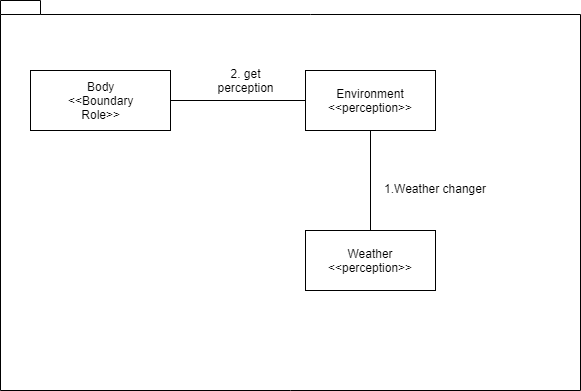
This is diagram/IA51_class-Organzi2_Env.png from Czq96/IA51_Crowd_Simulation, a draw.io export, as it was before one commit. Source tidied: cells renumbered, new cells last; positions are measured from the earlier drawing's top-left corner, leaving out a move shared by most shapes. Source of this version:
```xml
<mxGraphModel>
  <root>
    <mxCell id="0" />
    <mxCell id="1" parent="0" />
    <mxCell id="2" style="shape=folder;fontStyle=1;spacingTop=10;tabWidth=40;tabHeight=14;tabPosition=left;html=1;" parent="1" vertex="1">
      <mxGeometry width="580" height="390" as="geometry" />
    </mxCell>
    <mxCell id="3" value="Body&lt;br&gt;&amp;lt;&amp;lt;Boundary&lt;br&gt;Role&amp;gt;&amp;gt;&lt;br&gt;" style="html=1;" parent="1" vertex="1">
      <mxGeometry x="30" y="70" width="140" height="60" as="geometry" />
    </mxCell>
    <mxCell id="4" value="Weather&lt;br&gt;&amp;lt;&amp;lt;perception&amp;gt;&amp;gt;" style="html=1;" parent="1" vertex="1">
      <mxGeometry x="305" y="230" width="130" height="60" as="geometry" />
    </mxCell>
    <mxCell id="5" value="Environment&lt;br&gt;&amp;lt;&amp;lt;perception&amp;gt;&amp;gt;" style="html=1;" parent="1" vertex="1">
      <mxGeometry x="305" y="70" width="130" height="60" as="geometry" />
    </mxCell>
    <mxCell id="6" style="group;" parent="1" vertex="1">
      <mxGeometry x="380" y="175" width="110" height="25" as="geometry" />
    </mxCell>
    <mxCell id="7" style="edgeStyle=orthogonalEdgeStyle;rounded=0;jettySize=auto;html=1;endArrow=none;endFill=0;" parent="6" edge="1" source="4" target="5">
      <mxGeometry relative="1" as="geometry" />
    </mxCell>
    <mxCell id="8" value="1.Weather changer" style="text;html=1;strokeColor=none;fillColor=none;align=center;verticalAlign=middle;whiteSpace=wrap;rounded=0;" parent="6" vertex="1">
      <mxGeometry width="110" height="25" as="geometry" />
    </mxCell>
    <mxCell id="9" style="group;" parent="1" vertex="1">
      <mxGeometry x="220" y="70" width="50" height="20" as="geometry" />
    </mxCell>
    <mxCell id="10" style="edgeStyle=orthogonalEdgeStyle;rounded=0;jettySize=auto;html=1;entryX=1;entryY=0.5;entryDx=0;entryDy=0;endArrow=none;endFill=0;" parent="9" edge="1" source="5" target="3">
      <mxGeometry relative="1" as="geometry" />
    </mxCell>
    <mxCell id="11" value="2. get perception" style="text;html=1;strokeColor=none;fillColor=none;align=center;verticalAlign=middle;whiteSpace=wrap;rounded=0;" parent="9" vertex="1">
      <mxGeometry width="50" height="20" as="geometry" />
    </mxCell>
  </root>
</mxGraphModel>
```
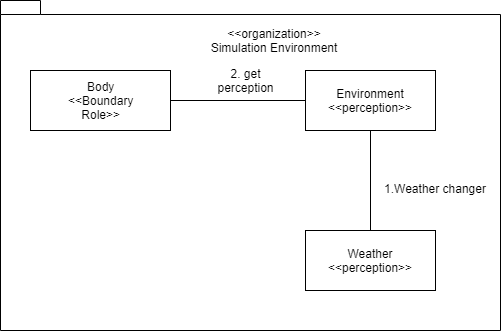
Above is the later version.

The edit, as a diff of the source:
```diff
@@ -3,7 +3,7 @@
     <mxCell id="0" />
     <mxCell id="1" parent="0" />
     <mxCell id="2" style="shape=folder;fontStyle=1;spacingTop=10;tabWidth=40;tabHeight=14;tabPosition=left;html=1;" parent="1" vertex="1">
-      <mxGeometry width="580" height="390" as="geometry" />
+      <mxGeometry width="500" height="330" as="geometry" />
     </mxCell>
     <mxCell id="3" value="Body&lt;br&gt;&amp;lt;&amp;lt;Boundary&lt;br&gt;Role&amp;gt;&amp;gt;&lt;br&gt;" style="html=1;" parent="1" vertex="1">
       <mxGeometry x="30" y="70" width="140" height="60" as="geometry" />
@@ -32,5 +32,8 @@
     <mxCell id="11" value="2. get perception" style="text;html=1;strokeColor=none;fillColor=none;align=center;verticalAlign=middle;whiteSpace=wrap;rounded=0;" parent="9" vertex="1">
       <mxGeometry width="50" height="20" as="geometry" />
     </mxCell>
+    <mxCell id="12" value="&amp;lt;&amp;lt;organization&amp;gt;&amp;gt;&lt;br&gt;Simulation Environment" style="text;html=1;strokeColor=none;fillColor=none;align=center;verticalAlign=middle;whiteSpace=wrap;rounded=0;" parent="1" vertex="1">
+      <mxGeometry x="198" y="30" width="150" height="20" as="geometry" />
+    </mxCell>
   </root>
 </mxGraphModel>
```
